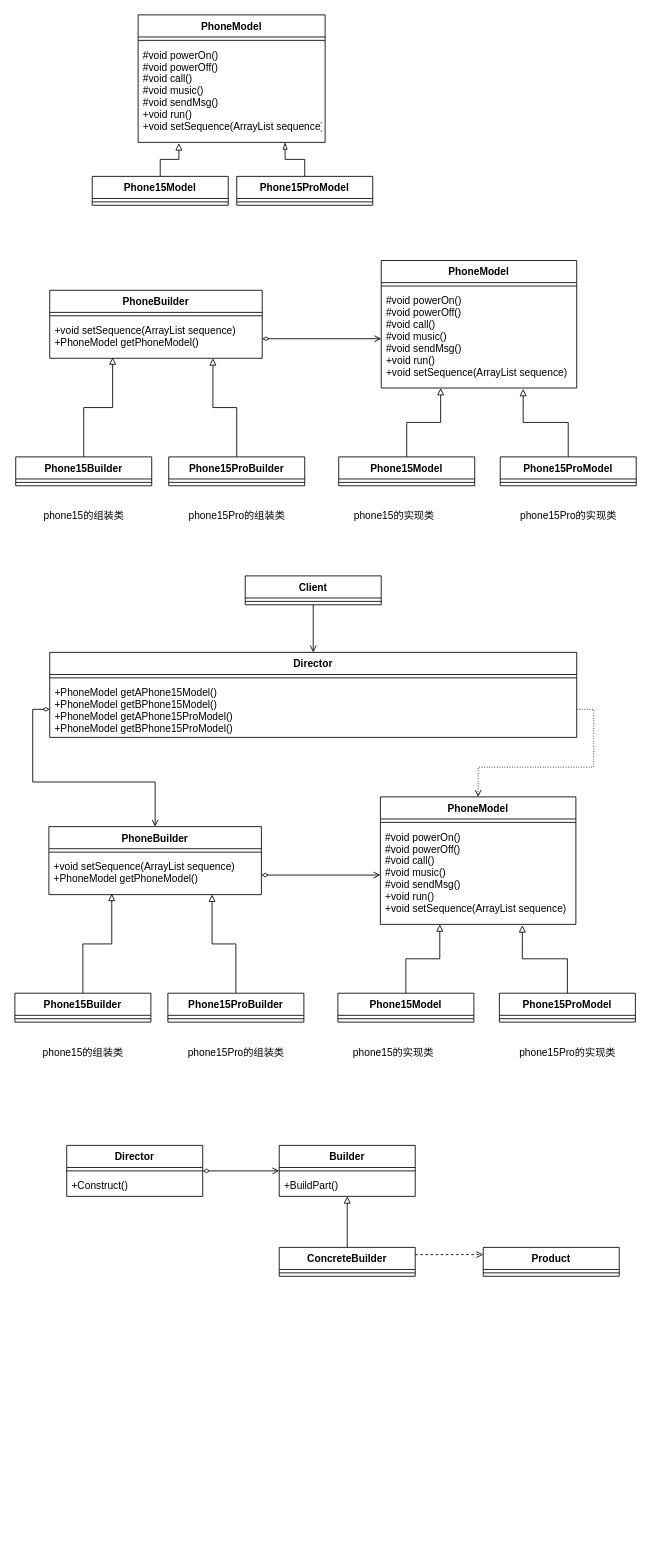
The draw.io diagram src/5.builder-pattern/建造者模式.drawio in ark-65/design-pattern-for-ts, before the edit. Source tidied: cells renumbered, new cells numbered last; positions are measured from the earlier drawing's top-left corner, leaving out a move shared by most shapes. Both pictures are drawn from the tidied source at 85%, with x=0, y=0 at pixel (14, 14).
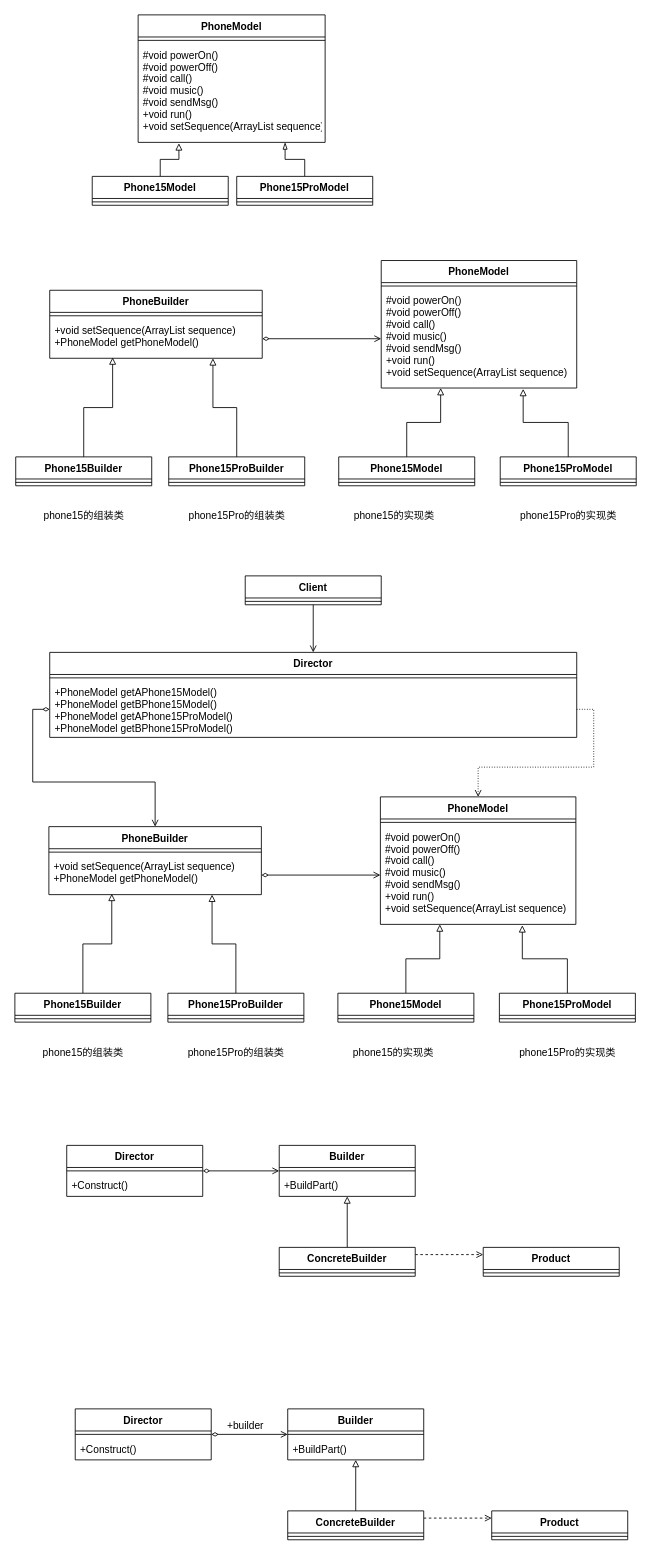
After the change.

Change to the diagram source:
```diff
@@
+    <mxCell id="78" style="edgeStyle=orthogonalEdgeStyle;rounded=0;jettySize=auto;html=1;exitX=1;exitY=0.5;exitDx=0;exitDy=0;entryX=0;entryY=-0.154;entryDx=0;entryDy=0;entryPerimeter=0;startArrow=diamondThin;startFill=0;endArrow=open;endFill=0;" parent="1" edge="1" source="79" target="84">
+      <mxGeometry relative="1" as="geometry" />
+    </mxCell>
+    <mxCell id="79" value="Director&#10;" style="swimlane;fontStyle=1;align=center;verticalAlign=top;horizontal=1;startSize=26;" parent="1" vertex="1">
+      <mxGeometry x="71" y="1640" width="160" height="60" as="geometry" />
+    </mxCell>
+    <mxCell id="80" style="line;strokeWidth=1;fillColor=none;align=left;verticalAlign=middle;spacingTop=-1;spacingLeft=3;spacingRight=3;labelPosition=right;" parent="79" vertex="1">
+      <mxGeometry y="26" width="160" height="8" as="geometry" />
+    </mxCell>
+    <mxCell id="81" value="+Construct()" style="text;strokeColor=none;fillColor=none;align=left;verticalAlign=top;spacingLeft=4;spacingRight=4;overflow=hidden;" parent="79" vertex="1">
+      <mxGeometry y="34" width="160" height="26" as="geometry" />
+    </mxCell>
+    <mxCell id="82" value="Builder" style="swimlane;fontStyle=1;align=center;verticalAlign=top;horizontal=1;startSize=26;" parent="1" vertex="1">
+      <mxGeometry x="321" y="1640" width="160" height="60" as="geometry" />
+    </mxCell>
+    <mxCell id="83" style="line;strokeWidth=1;fillColor=none;align=left;verticalAlign=middle;spacingTop=-1;spacingLeft=3;spacingRight=3;labelPosition=right;" parent="82" vertex="1">
+      <mxGeometry y="26" width="160" height="8" as="geometry" />
+    </mxCell>
+    <mxCell id="84" value="+BuildPart()" style="text;strokeColor=none;fillColor=none;align=left;verticalAlign=top;spacingLeft=4;spacingRight=4;overflow=hidden;points=[[0,0.5],[1,0.5]];portConstraint=eastwest;" parent="82" vertex="1">
+      <mxGeometry y="34" width="160" height="26" as="geometry" />
+    </mxCell>
+    <mxCell id="85" style="edgeStyle=orthogonalEdgeStyle;rounded=0;jettySize=auto;html=1;exitX=0.5;exitY=0;exitDx=0;exitDy=0;entryX=0.5;entryY=1;entryDx=0;entryDy=0;entryPerimeter=0;startArrow=none;startFill=0;endArrow=block;endFill=0;" parent="1" edge="1" source="87" target="84">
+      <mxGeometry relative="1" as="geometry" />
+    </mxCell>
+    <mxCell id="86" style="edgeStyle=orthogonalEdgeStyle;rounded=0;jettySize=auto;html=1;exitX=1;exitY=0.25;exitDx=0;exitDy=0;entryX=0;entryY=0.25;entryDx=0;entryDy=0;startArrow=none;startFill=0;endArrow=open;endFill=0;dashed=1;" parent="1" edge="1" source="87" target="89">
+      <mxGeometry relative="1" as="geometry" />
+    </mxCell>
+    <mxCell id="87" value="ConcreteBuilder" style="swimlane;fontStyle=1;align=center;verticalAlign=top;horizontal=1;startSize=26;" parent="1" vertex="1">
+      <mxGeometry x="321" y="1760" width="160" height="34" as="geometry" />
+    </mxCell>
+    <mxCell id="88" style="line;strokeWidth=1;fillColor=none;align=left;verticalAlign=middle;spacingTop=-1;spacingLeft=3;spacingRight=3;labelPosition=right;" parent="87" vertex="1">
+      <mxGeometry y="26" width="160" height="8" as="geometry" />
+    </mxCell>
+    <mxCell id="89" value="Product" style="swimlane;fontStyle=1;align=center;verticalAlign=top;horizontal=1;startSize=26;" parent="1" vertex="1">
+      <mxGeometry x="561" y="1760" width="160" height="34" as="geometry" />
+    </mxCell>
+    <mxCell id="90" style="line;strokeWidth=1;fillColor=none;align=left;verticalAlign=middle;spacingTop=-1;spacingLeft=3;spacingRight=3;labelPosition=right;" parent="89" vertex="1">
+      <mxGeometry y="26" width="160" height="8" as="geometry" />
+    </mxCell>
+    <mxCell id="91" value="+builder" style="text;html=1;align=center;verticalAlign=middle;strokeColor=none;fillColor=none;" parent="1" vertex="1">
+      <mxGeometry x="241" y="1650" width="60" height="20" as="geometry" />
+    </mxCell>
```
